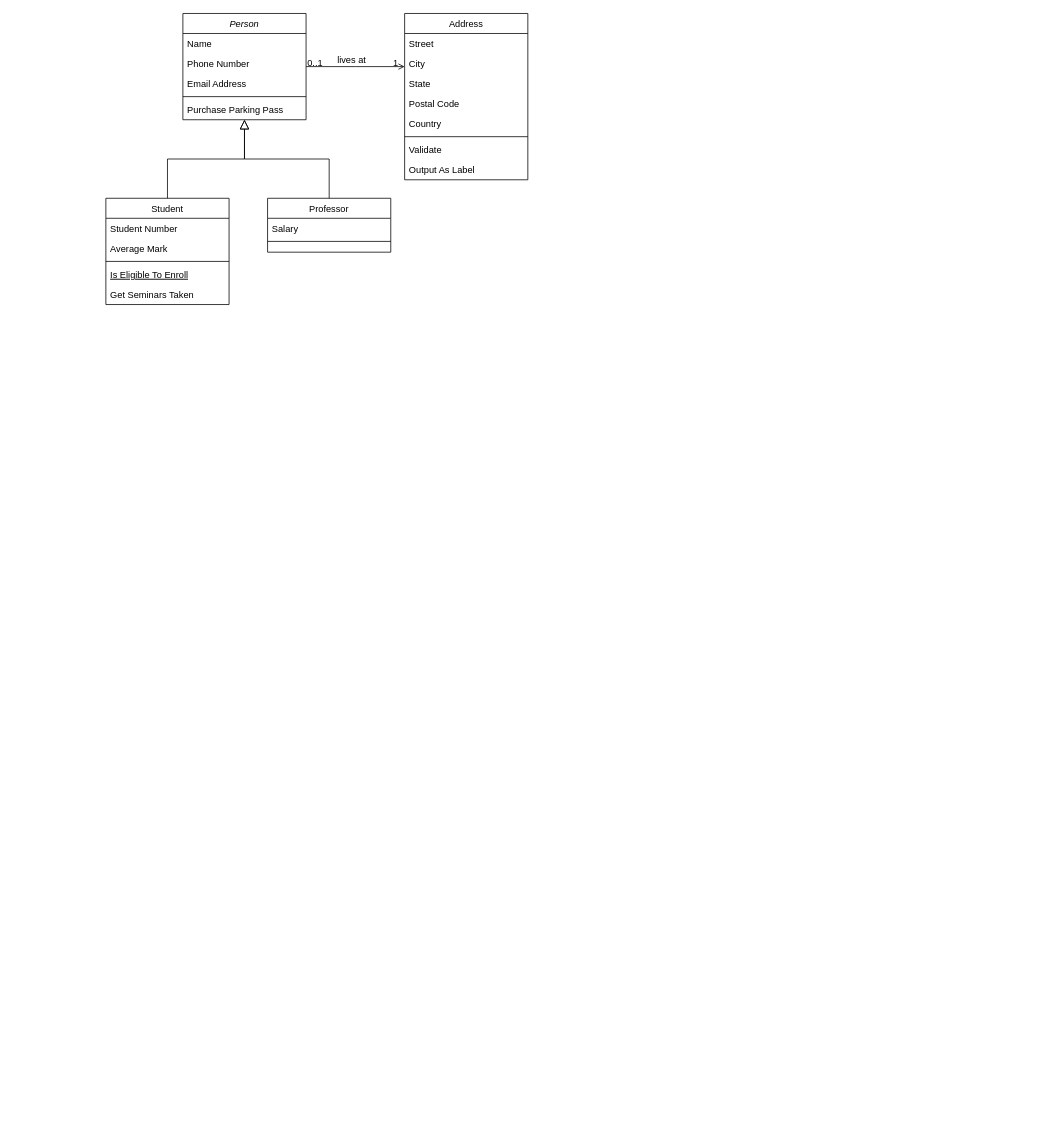
The draw.io diagram diagrama de classe.drawio in John-The-Fox/Biblioteca-2.0, before the edit. Source tidied: cells renumbered, new cells numbered last; positions are measured from the earlier drawing's top-left corner, leaving out a move shared by most shapes. Both pictures are drawn from the tidied source at 77%, with x=0, y=0 at pixel (105, 13).
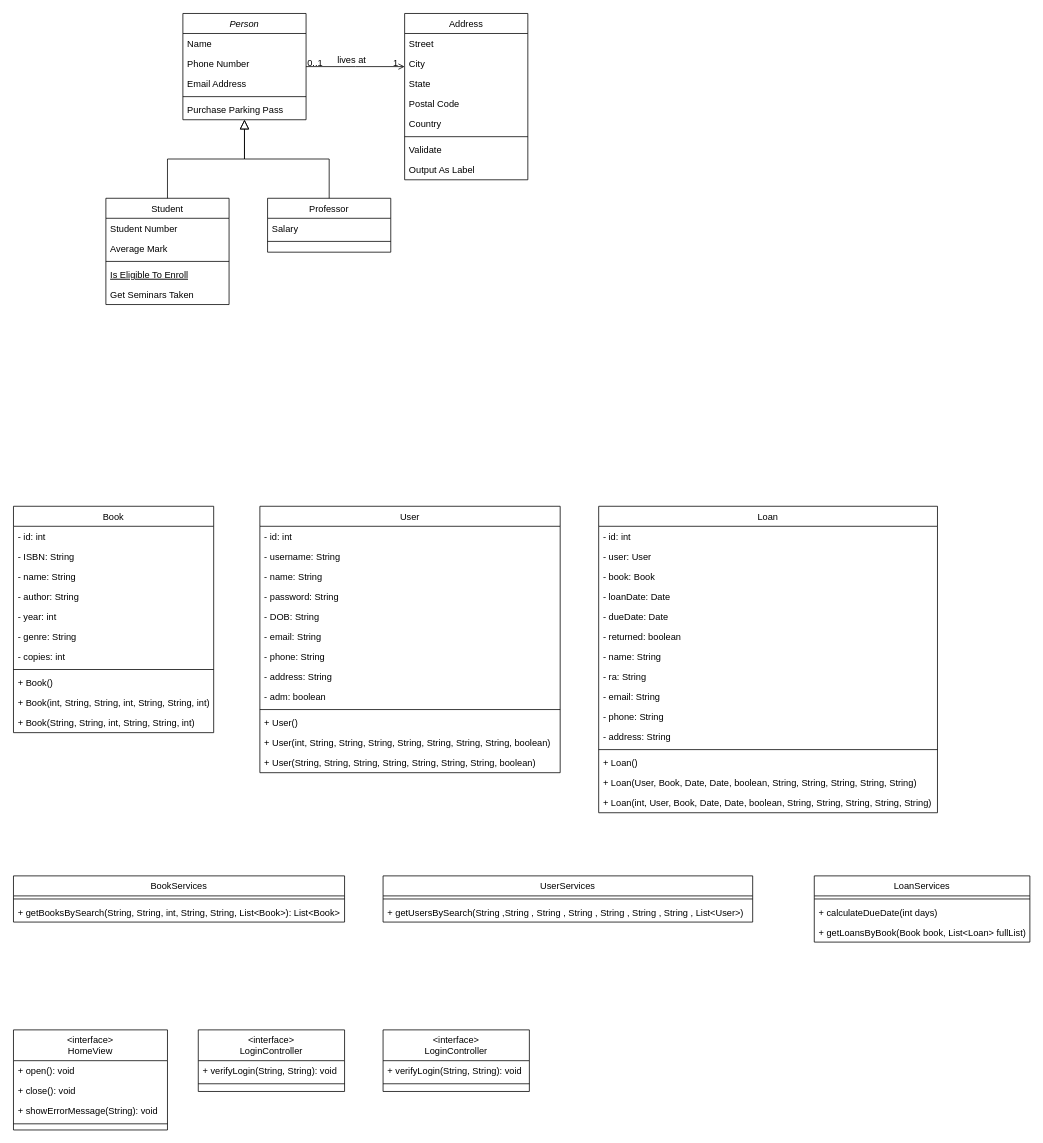
The same diagram, later.

Change to the diagram source:
```diff
@@
+    <mxCell id="32" value="Book" style="swimlane;fontStyle=0;align=center;verticalAlign=top;horizontal=1;startSize=26;rounded=0;shadow=0;strokeWidth=1;" parent="1" vertex="1">
+      <mxGeometry x="-120" y="640" width="260" height="294" as="geometry" />
+    </mxCell>
+    <mxCell id="33" value="- id: int" style="text;align=left;verticalAlign=top;spacingLeft=4;spacingRight=4;overflow=hidden;" parent="32" vertex="1">
+      <mxGeometry y="26" width="260" height="26" as="geometry" />
+    </mxCell>
+    <mxCell id="34" value="- ISBN: String" style="text;align=left;verticalAlign=top;spacingLeft=4;spacingRight=4;overflow=hidden;rounded=0;shadow=0;html=0;" parent="32" vertex="1">
+      <mxGeometry y="52" width="260" height="26" as="geometry" />
+    </mxCell>
+    <mxCell id="35" value="- name: String" style="text;align=left;verticalAlign=top;spacingLeft=4;spacingRight=4;overflow=hidden;rounded=0;shadow=0;html=0;" parent="32" vertex="1">
+      <mxGeometry y="78" width="260" height="26" as="geometry" />
+    </mxCell>
+    <mxCell id="36" value="- author: String" style="text;align=left;verticalAlign=top;spacingLeft=4;spacingRight=4;overflow=hidden;rounded=0;shadow=0;html=0;" parent="32" vertex="1">
+      <mxGeometry y="104" width="260" height="26" as="geometry" />
+    </mxCell>
+    <mxCell id="37" value="- year: int" style="text;align=left;verticalAlign=top;spacingLeft=4;spacingRight=4;overflow=hidden;" parent="32" vertex="1">
+      <mxGeometry y="130" width="260" height="26" as="geometry" />
+    </mxCell>
+    <mxCell id="38" value="- genre: String" style="text;align=left;verticalAlign=top;spacingLeft=4;spacingRight=4;overflow=hidden;rounded=0;shadow=0;html=0;" parent="32" vertex="1">
+      <mxGeometry y="156" width="260" height="26" as="geometry" />
+    </mxCell>
+    <mxCell id="39" value="- copies: int" style="text;align=left;verticalAlign=top;spacingLeft=4;spacingRight=4;overflow=hidden;rounded=0;shadow=0;html=0;" parent="32" vertex="1">
+      <mxGeometry y="182" width="260" height="26" as="geometry" />
+    </mxCell>
+    <mxCell id="40" style="line;html=1;strokeWidth=1;align=left;verticalAlign=middle;spacingTop=-1;spacingLeft=3;spacingRight=3;labelPosition=right;" parent="32" vertex="1">
+      <mxGeometry y="208" width="260" height="8" as="geometry" />
+    </mxCell>
+    <mxCell id="41" value="+ Book()" style="text;align=left;verticalAlign=top;spacingLeft=4;spacingRight=4;overflow=hidden;" parent="32" vertex="1">
+      <mxGeometry y="216" width="260" height="26" as="geometry" />
+    </mxCell>
+    <mxCell id="42" value="+ Book(int, String, String, int, String, String, int)" style="text;align=left;verticalAlign=top;spacingLeft=4;spacingRight=4;overflow=hidden;" parent="32" vertex="1">
+      <mxGeometry y="242" width="260" height="26" as="geometry" />
+    </mxCell>
+    <mxCell id="43" value="+ Book(String, String, int, String, String, int)" style="text;align=left;verticalAlign=top;spacingLeft=4;spacingRight=4;overflow=hidden;" parent="32" vertex="1">
+      <mxGeometry y="268" width="260" height="26" as="geometry" />
+    </mxCell>
+    <mxCell id="44" value="User" style="swimlane;fontStyle=0;align=center;verticalAlign=top;horizontal=1;startSize=26;rounded=0;shadow=0;strokeWidth=1;" parent="1" vertex="1">
+      <mxGeometry x="200" y="640" width="390" height="346" as="geometry" />
+    </mxCell>
+    <mxCell id="45" value="- id: int" style="text;align=left;verticalAlign=top;spacingLeft=4;spacingRight=4;overflow=hidden;" parent="44" vertex="1">
+      <mxGeometry y="26" width="390" height="26" as="geometry" />
+    </mxCell>
+    <mxCell id="46" value="- username: String" style="text;align=left;verticalAlign=top;spacingLeft=4;spacingRight=4;overflow=hidden;rounded=0;shadow=0;html=0;" parent="44" vertex="1">
+      <mxGeometry y="52" width="390" height="26" as="geometry" />
+    </mxCell>
+    <mxCell id="47" value="- name: String" style="text;align=left;verticalAlign=top;spacingLeft=4;spacingRight=4;overflow=hidden;rounded=0;shadow=0;html=0;" parent="44" vertex="1">
+      <mxGeometry y="78" width="390" height="26" as="geometry" />
+    </mxCell>
+    <mxCell id="48" value="- password: String" style="text;align=left;verticalAlign=top;spacingLeft=4;spacingRight=4;overflow=hidden;rounded=0;shadow=0;html=0;" parent="44" vertex="1">
+      <mxGeometry y="104" width="390" height="26" as="geometry" />
+    </mxCell>
+    <mxCell id="49" value="- DOB: String" style="text;align=left;verticalAlign=top;spacingLeft=4;spacingRight=4;overflow=hidden;" parent="44" vertex="1">
+      <mxGeometry y="130" width="390" height="26" as="geometry" />
+    </mxCell>
+    <mxCell id="50" value="- email: String" style="text;align=left;verticalAlign=top;spacingLeft=4;spacingRight=4;overflow=hidden;rounded=0;shadow=0;html=0;" parent="44" vertex="1">
+      <mxGeometry y="156" width="390" height="26" as="geometry" />
+    </mxCell>
+    <mxCell id="51" value="- phone: String" style="text;align=left;verticalAlign=top;spacingLeft=4;spacingRight=4;overflow=hidden;rounded=0;shadow=0;html=0;" parent="44" vertex="1">
+      <mxGeometry y="182" width="390" height="26" as="geometry" />
+    </mxCell>
+    <mxCell id="52" value="- address: String" style="text;align=left;verticalAlign=top;spacingLeft=4;spacingRight=4;overflow=hidden;rounded=0;shadow=0;html=0;" parent="44" vertex="1">
+      <mxGeometry y="208" width="390" height="26" as="geometry" />
+    </mxCell>
+    <mxCell id="53" value="- adm: boolean" style="text;align=left;verticalAlign=top;spacingLeft=4;spacingRight=4;overflow=hidden;rounded=0;shadow=0;html=0;" parent="44" vertex="1">
+      <mxGeometry y="234" width="390" height="26" as="geometry" />
+    </mxCell>
+    <mxCell id="54" style="line;html=1;strokeWidth=1;align=left;verticalAlign=middle;spacingTop=-1;spacingLeft=3;spacingRight=3;labelPosition=right;" parent="44" vertex="1">
+      <mxGeometry y="260" width="390" height="8" as="geometry" />
+    </mxCell>
+    <mxCell id="55" value="+ User()" style="text;align=left;verticalAlign=top;spacingLeft=4;spacingRight=4;overflow=hidden;" parent="44" vertex="1">
+      <mxGeometry y="268" width="390" height="26" as="geometry" />
+    </mxCell>
+    <mxCell id="56" value="+ User(int, String, String, String, String, String, String, String, boolean)" style="text;align=left;verticalAlign=top;spacingLeft=4;spacingRight=4;overflow=hidden;" parent="44" vertex="1">
+      <mxGeometry y="294" width="390" height="26" as="geometry" />
+    </mxCell>
+    <mxCell id="57" value="+ User(String, String, String, String, String, String, String, boolean)" style="text;align=left;verticalAlign=top;spacingLeft=4;spacingRight=4;overflow=hidden;" parent="44" vertex="1">
+      <mxGeometry y="320" width="390" height="26" as="geometry" />
+    </mxCell>
+    <mxCell id="58" value="Loan" style="swimlane;fontStyle=0;align=center;verticalAlign=top;horizontal=1;startSize=26;rounded=0;shadow=0;strokeWidth=1;" parent="1" vertex="1">
+      <mxGeometry x="640" y="640" width="440" height="398" as="geometry" />
+    </mxCell>
+    <mxCell id="59" value="- id: int" style="text;align=left;verticalAlign=top;spacingLeft=4;spacingRight=4;overflow=hidden;" parent="58" vertex="1">
+      <mxGeometry y="26" width="440" height="26" as="geometry" />
+    </mxCell>
+    <mxCell id="60" value="- user: User" style="text;align=left;verticalAlign=top;spacingLeft=4;spacingRight=4;overflow=hidden;rounded=0;shadow=0;html=0;" parent="58" vertex="1">
+      <mxGeometry y="52" width="440" height="26" as="geometry" />
+    </mxCell>
+    <mxCell id="61" value="- book: Book" style="text;align=left;verticalAlign=top;spacingLeft=4;spacingRight=4;overflow=hidden;rounded=0;shadow=0;html=0;" parent="58" vertex="1">
+      <mxGeometry y="78" width="440" height="26" as="geometry" />
+    </mxCell>
+    <mxCell id="62" value="- loanDate: Date" style="text;align=left;verticalAlign=top;spacingLeft=4;spacingRight=4;overflow=hidden;rounded=0;shadow=0;html=0;" parent="58" vertex="1">
+      <mxGeometry y="104" width="440" height="26" as="geometry" />
+    </mxCell>
+    <mxCell id="63" value="- dueDate: Date" style="text;align=left;verticalAlign=top;spacingLeft=4;spacingRight=4;overflow=hidden;" parent="58" vertex="1">
+      <mxGeometry y="130" width="440" height="26" as="geometry" />
+    </mxCell>
+    <mxCell id="64" value="- returned: boolean" style="text;align=left;verticalAlign=top;spacingLeft=4;spacingRight=4;overflow=hidden;rounded=0;shadow=0;html=0;" parent="58" vertex="1">
+      <mxGeometry y="156" width="440" height="26" as="geometry" />
+    </mxCell>
+    <mxCell id="65" value="- name: String" style="text;align=left;verticalAlign=top;spacingLeft=4;spacingRight=4;overflow=hidden;rounded=0;shadow=0;html=0;" parent="58" vertex="1">
+      <mxGeometry y="182" width="440" height="26" as="geometry" />
+    </mxCell>
+    <mxCell id="66" value="- ra: String" style="text;align=left;verticalAlign=top;spacingLeft=4;spacingRight=4;overflow=hidden;rounded=0;shadow=0;html=0;" parent="58" vertex="1">
+      <mxGeometry y="208" width="440" height="26" as="geometry" />
+    </mxCell>
+    <mxCell id="67" value="- email: String" style="text;align=left;verticalAlign=top;spacingLeft=4;spacingRight=4;overflow=hidden;rounded=0;shadow=0;html=0;" parent="58" vertex="1">
+      <mxGeometry y="234" width="440" height="26" as="geometry" />
+    </mxCell>
+    <mxCell id="68" value="- phone: String" style="text;align=left;verticalAlign=top;spacingLeft=4;spacingRight=4;overflow=hidden;rounded=0;shadow=0;html=0;" parent="58" vertex="1">
+      <mxGeometry y="260" width="440" height="26" as="geometry" />
+    </mxCell>
+    <mxCell id="69" value="- address: String" style="text;align=left;verticalAlign=top;spacingLeft=4;spacingRight=4;overflow=hidden;rounded=0;shadow=0;html=0;" parent="58" vertex="1">
+      <mxGeometry y="286" width="440" height="26" as="geometry" />
+    </mxCell>
+    <mxCell id="70" style="line;html=1;strokeWidth=1;align=left;verticalAlign=middle;spacingTop=-1;spacingLeft=3;spacingRight=3;labelPosition=right;" parent="58" vertex="1">
+      <mxGeometry y="312" width="440" height="8" as="geometry" />
+    </mxCell>
+    <mxCell id="71" value="+ Loan()" style="text;align=left;verticalAlign=top;spacingLeft=4;spacingRight=4;overflow=hidden;" parent="58" vertex="1">
+      <mxGeometry y="320" width="440" height="26" as="geometry" />
+    </mxCell>
+    <mxCell id="72" value="+ Loan(User, Book, Date, Date, boolean, String, String, String, String, String)" style="text;align=left;verticalAlign=top;spacingLeft=4;spacingRight=4;overflow=hidden;" parent="58" vertex="1">
+      <mxGeometry y="346" width="440" height="26" as="geometry" />
+    </mxCell>
+    <mxCell id="73" value="+ Loan(int, User, Book, Date, Date, boolean, String, String, String, String, String)" style="text;align=left;verticalAlign=top;spacingLeft=4;spacingRight=4;overflow=hidden;" parent="58" vertex="1">
+      <mxGeometry y="372" width="440" height="26" as="geometry" />
+    </mxCell>
+    <mxCell id="74" value="BookServices" style="swimlane;fontStyle=0;align=center;verticalAlign=top;horizontal=1;startSize=26;rounded=0;shadow=0;strokeWidth=1;" parent="1" vertex="1">
+      <mxGeometry x="-120" y="1120" width="430" height="60" as="geometry" />
+    </mxCell>
+    <mxCell id="75" style="line;html=1;strokeWidth=1;align=left;verticalAlign=middle;spacingTop=-1;spacingLeft=3;spacingRight=3;labelPosition=right;" parent="74" vertex="1">
+      <mxGeometry y="26" width="430" height="8" as="geometry" />
+    </mxCell>
+    <mxCell id="76" value="+ getBooksBySearch(String, String, int, String, String, List&lt;Book&gt;): List&lt;Book&gt;" style="text;align=left;verticalAlign=top;spacingLeft=4;spacingRight=4;overflow=hidden;" parent="74" vertex="1">
+      <mxGeometry y="34" width="430" height="26" as="geometry" />
+    </mxCell>
+    <mxCell id="77" value="UserServices" style="swimlane;fontStyle=0;align=center;verticalAlign=top;horizontal=1;startSize=26;rounded=0;shadow=0;strokeWidth=1;" parent="1" vertex="1">
+      <mxGeometry x="360" y="1120" width="480" height="60" as="geometry" />
+    </mxCell>
+    <mxCell id="78" style="line;html=1;strokeWidth=1;align=left;verticalAlign=middle;spacingTop=-1;spacingLeft=3;spacingRight=3;labelPosition=right;" parent="77" vertex="1">
+      <mxGeometry y="26" width="480" height="8" as="geometry" />
+    </mxCell>
+    <mxCell id="79" value="+ getUsersBySearch(String ,String , String , String , String , String , String , List&lt;User&gt;)" style="text;align=left;verticalAlign=top;spacingLeft=4;spacingRight=4;overflow=hidden;" parent="77" vertex="1">
+      <mxGeometry y="34" width="480" height="26" as="geometry" />
+    </mxCell>
+    <mxCell id="80" value="LoanServices" style="swimlane;fontStyle=0;align=center;verticalAlign=top;horizontal=1;startSize=26;rounded=0;shadow=0;strokeWidth=1;" parent="1" vertex="1">
+      <mxGeometry x="920" y="1120" width="280" height="86" as="geometry" />
+    </mxCell>
+    <mxCell id="81" style="line;html=1;strokeWidth=1;align=left;verticalAlign=middle;spacingTop=-1;spacingLeft=3;spacingRight=3;labelPosition=right;" parent="80" vertex="1">
+      <mxGeometry y="26" width="280" height="8" as="geometry" />
+    </mxCell>
+    <mxCell id="82" value="+ calculateDueDate(int days)" style="text;align=left;verticalAlign=top;spacingLeft=4;spacingRight=4;overflow=hidden;" parent="80" vertex="1">
+      <mxGeometry y="34" width="280" height="26" as="geometry" />
+    </mxCell>
+    <mxCell id="83" value="+ getLoansByBook(Book book, List&lt;Loan&gt; fullList)" style="text;align=left;verticalAlign=top;spacingLeft=4;spacingRight=4;overflow=hidden;" parent="80" vertex="1">
+      <mxGeometry y="60" width="280" height="26" as="geometry" />
+    </mxCell>
+    <mxCell id="84" value="&lt;interface&gt;&#10;HomeView" style="swimlane;fontStyle=0;align=center;verticalAlign=top;horizontal=1;startSize=40;rounded=0;shadow=0;strokeWidth=1;" parent="1" vertex="1">
+      <mxGeometry x="-120" y="1320" width="200" height="130" as="geometry" />
+    </mxCell>
+    <mxCell id="85" value="+ open(): void" style="text;align=left;verticalAlign=top;spacingLeft=4;spacingRight=4;overflow=hidden;" parent="84" vertex="1">
+      <mxGeometry y="40" width="200" height="26" as="geometry" />
+    </mxCell>
+    <mxCell id="86" value="+ close(): void" style="text;align=left;verticalAlign=top;spacingLeft=4;spacingRight=4;overflow=hidden;rounded=0;shadow=0;html=0;" parent="84" vertex="1">
+      <mxGeometry y="66" width="200" height="26" as="geometry" />
+    </mxCell>
+    <mxCell id="87" value="+ showErrorMessage(String): void" style="text;align=left;verticalAlign=top;spacingLeft=4;spacingRight=4;overflow=hidden;rounded=0;shadow=0;html=0;" parent="84" vertex="1">
+      <mxGeometry y="92" width="200" height="26" as="geometry" />
+    </mxCell>
+    <mxCell id="88" style="line;html=1;strokeWidth=1;align=left;verticalAlign=middle;spacingTop=-1;spacingLeft=3;spacingRight=3;labelPosition=right;" parent="84" vertex="1">
+      <mxGeometry y="118" width="200" height="8" as="geometry" />
+    </mxCell>
+    <mxCell id="89" value="&lt;interface&gt;&#10;LoginController" style="swimlane;fontStyle=0;align=center;verticalAlign=top;horizontal=1;startSize=40;rounded=0;shadow=0;strokeWidth=1;" parent="1" vertex="1">
+      <mxGeometry x="120" y="1320" width="190" height="80" as="geometry" />
+    </mxCell>
+    <mxCell id="90" value="+ verifyLogin(String, String): void" style="text;align=left;verticalAlign=top;spacingLeft=4;spacingRight=4;overflow=hidden;" parent="89" vertex="1">
+      <mxGeometry y="40" width="190" height="26" as="geometry" />
+    </mxCell>
+    <mxCell id="91" style="line;html=1;strokeWidth=1;align=left;verticalAlign=middle;spacingTop=-1;spacingLeft=3;spacingRight=3;labelPosition=right;" parent="89" vertex="1">
+      <mxGeometry y="66" width="190" height="8" as="geometry" />
+    </mxCell>
+    <mxCell id="92" value="&lt;interface&gt;&#10;LoginController" style="swimlane;fontStyle=0;align=center;verticalAlign=top;horizontal=1;startSize=40;rounded=0;shadow=0;strokeWidth=1;" parent="1" vertex="1">
+      <mxGeometry x="360" y="1320" width="190" height="80" as="geometry" />
+    </mxCell>
+    <mxCell id="93" value="+ verifyLogin(String, String): void" style="text;align=left;verticalAlign=top;spacingLeft=4;spacingRight=4;overflow=hidden;" parent="92" vertex="1">
+      <mxGeometry y="40" width="190" height="26" as="geometry" />
+    </mxCell>
+    <mxCell id="94" style="line;html=1;strokeWidth=1;align=left;verticalAlign=middle;spacingTop=-1;spacingLeft=3;spacingRight=3;labelPosition=right;" parent="92" vertex="1">
+      <mxGeometry y="66" width="190" height="8" as="geometry" />
+    </mxCell>
```
